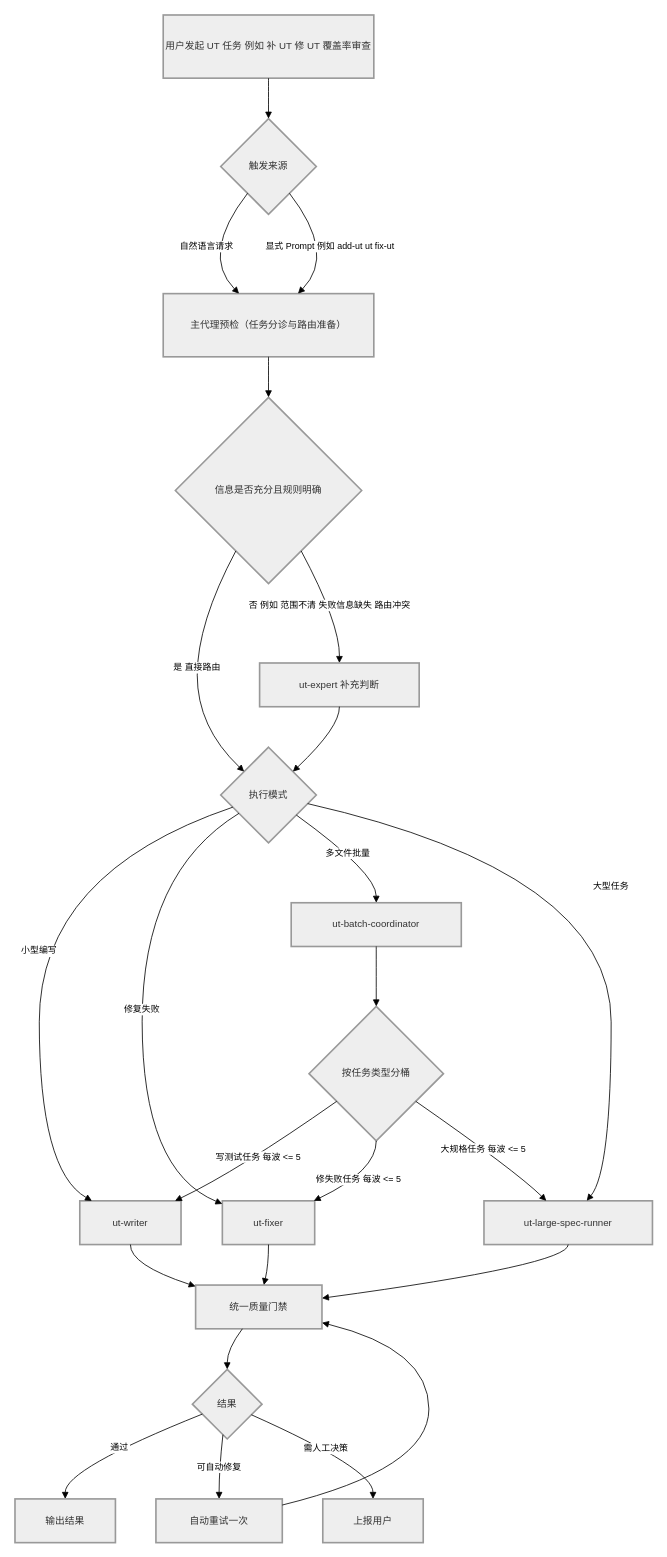
Above: AI UT Flow Simple.drawio in SmileSB1O1/draw-active (draw.io), before the change. Source tidied: cells renumbered, new cells numbered last; positions are measured from the earlier drawing's top-left corner, leaving out a move shared by most shapes. Both pictures are drawn from the tidied source at 81%, with x=0, y=0 at pixel (15, 15).
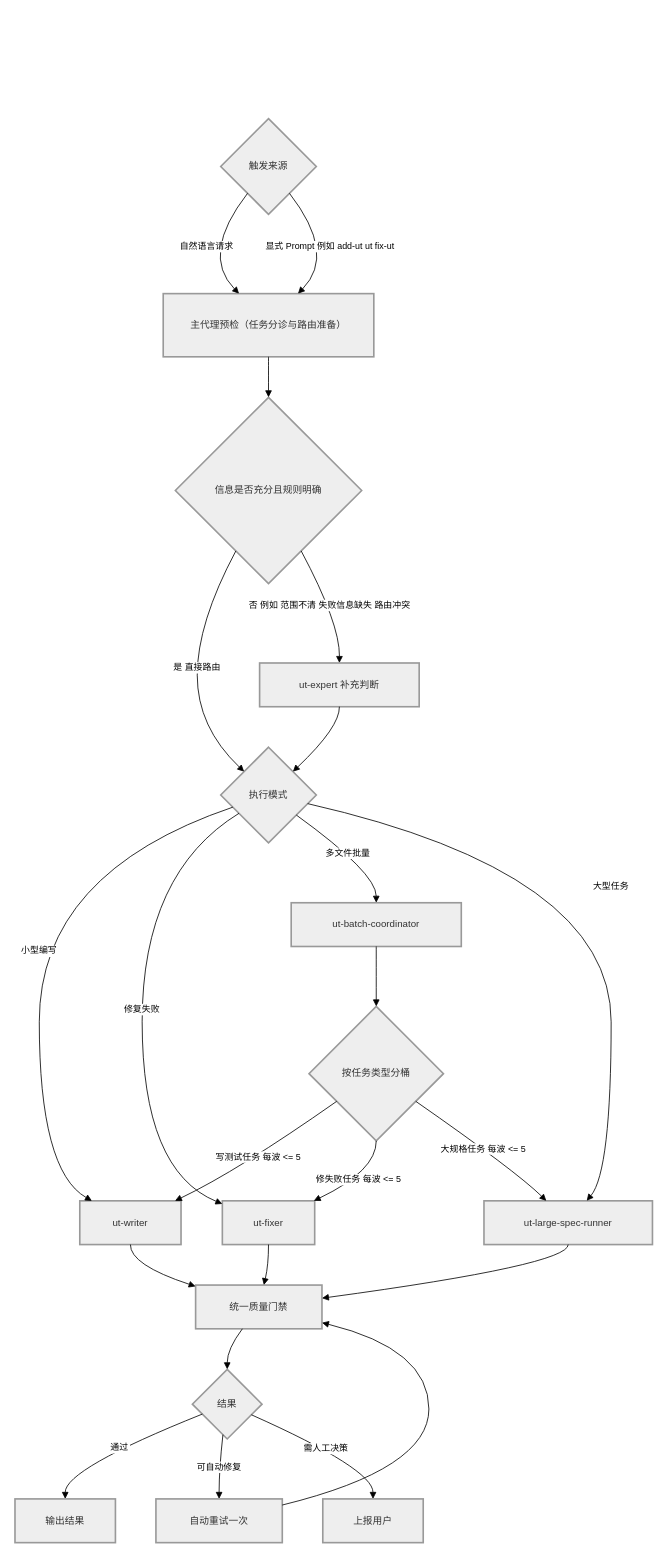
Above is the later version.

Unchanged cells that the change refers to:
```xml
<mxCell id="3" value="触发来源" style="rhombus;strokeWidth=2;whiteSpace=wrap;fillColor=light-dark(#eeeeee,#1f2020);strokeColor=light-dark(#999999,#cccccc);fontColor=light-dark(#333333,#cccccc);" parent="1" vertex="1">
  <mxGeometry x="254" y="128" width="118" height="118" as="geometry" />
</mxCell>
```

The edit, as a diff of the source:
```diff
@@
-    <mxCell id="2" value="用户发起 UT 任务 例如 补 UT 修 UT 覆盖率审查" style="whiteSpace=wrap;strokeWidth=2;fillColor=light-dark(#eeeeee,#1f2020);strokeColor=light-dark(#999999,#cccccc);fontColor=light-dark(#333333,#cccccc);" parent="1" vertex="1">
-      <mxGeometry x="183" width="260" height="78" as="geometry" />
-    </mxCell>
@@
-    <mxCell id="18" style="curved=1;startArrow=none;endArrow=block;exitX=0.5;exitY=1;entryX=0.5;entryY=0;rounded=0;" parent="1" edge="1" source="2" target="3">
-      <mxGeometry relative="1" as="geometry" />
-    </mxCell>
```
